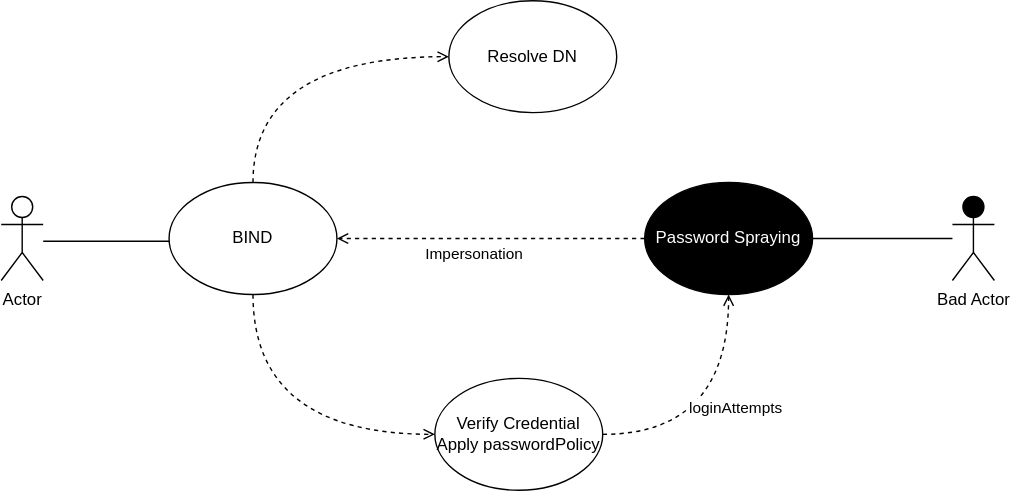
Above: images/Use-Misuse Case-Final1 -Bind.drawio.svg in bartelsjoshuac/SAPG (draw.io), before the change. Source tidied: cells renumbered, new cells last; positions are measured from the earlier drawing's top-left corner, leaving out a move shared by most shapes. Source of this version:
```xml
<mxGraphModel>
  <root>
    <mxCell id="0" />
    <mxCell id="1" parent="0" />
    <mxCell id="2" value="Actor" style="shape=umlActor;verticalLabelPosition=bottom;verticalAlign=top;html=1;fillColor=#FFFFFF;" parent="1" vertex="1">
      <mxGeometry y="140" width="30" height="60" as="geometry" />
    </mxCell>
    <mxCell id="3" style="endArrow=none;html=1;" parent="1" edge="1">
      <mxGeometry relative="1" as="geometry">
        <mxPoint x="30" y="172" as="sourcePoint" />
        <mxPoint x="120" y="172" as="targetPoint" />
      </mxGeometry>
    </mxCell>
    <mxCell id="4" style="edgeStyle=orthogonalEdgeStyle;rounded=1;jettySize=auto;html=1;entryX=0;entryY=0.5;entryDx=0;entryDy=0;dashed=1;strokeWidth=1;endFill=0;endArrow=open;curved=1;exitX=0.5;exitY=0;exitDx=0;exitDy=0;" parent="1" edge="1" source="5" target="8">
      <mxGeometry relative="1" as="geometry" />
    </mxCell>
    <mxCell id="5" value="BIND" style="ellipse;whiteSpace=wrap;html=1;fillColor=#FFFFFF;" parent="1" vertex="1">
      <mxGeometry x="120" y="130" width="120" height="80" as="geometry" />
    </mxCell>
    <mxCell id="6" value="Verify Credential&lt;br&gt;Apply passwordPolicy" style="ellipse;whiteSpace=wrap;html=1;fillColor=#FFFFFF;" parent="1" vertex="1">
      <mxGeometry x="310" y="270" width="120" height="80" as="geometry" />
    </mxCell>
    <mxCell id="7" style="endArrow=open;dashed=1;html=1;entryX=0;entryY=0.5;entryDx=0;entryDy=0;edgeStyle=orthogonalEdgeStyle;curved=1;endFill=0;strokeWidth=1;exitX=0.5;exitY=1;exitDx=0;exitDy=0;" parent="1" edge="1" source="5" target="6">
      <mxGeometry relative="1" as="geometry" />
    </mxCell>
    <mxCell id="8" value="Resolve DN" style="ellipse;whiteSpace=wrap;html=1;" parent="1" vertex="1">
      <mxGeometry x="320" width="120" height="80" as="geometry" />
    </mxCell>
    <mxCell id="9" style="edgeStyle=orthogonalEdgeStyle;rounded=0;jettySize=auto;html=1;entryX=1;entryY=0.5;entryDx=0;entryDy=0;endArrow=none;endFill=0;" parent="1" edge="1" source="10">
      <mxGeometry relative="1" as="geometry">
        <mxPoint x="580" y="170" as="targetPoint" />
      </mxGeometry>
    </mxCell>
    <mxCell id="10" value="Bad Actor" style="shape=umlActor;verticalLabelPosition=bottom;verticalAlign=top;html=1;outlineConnect=0;fillColor=#000000;" parent="1" vertex="1">
      <mxGeometry x="680" y="140" width="30" height="60" as="geometry" />
    </mxCell>
    <mxCell id="11" style="edgeStyle=orthogonalEdgeStyle;curved=1;rounded=0;jettySize=auto;html=1;entryX=1;entryY=0.5;entryDx=0;entryDy=0;dashed=1;endArrow=open;endFill=0;strokeWidth=1;" parent="1" edge="1" source="13">
      <mxGeometry relative="1" as="geometry">
        <mxPoint x="240" y="170" as="targetPoint" />
      </mxGeometry>
    </mxCell>
    <mxCell id="12" value="Impersonation&lt;br&gt;" style="edgeLabel;html=1;align=center;verticalAlign=middle;" parent="11" vertex="1">
      <mxGeometry x="0.11" y="1" relative="1" as="geometry">
        <mxPoint y="9" as="offset" />
      </mxGeometry>
    </mxCell>
    <mxCell id="13" value="Password Spraying" style="ellipse;whiteSpace=wrap;html=1;fillColor=#000000;fontColor=#FFFFFF;" parent="1" vertex="1">
      <mxGeometry x="460" y="130" width="120" height="80" as="geometry" />
    </mxCell>
    <mxCell id="14" style="edgeStyle=orthogonalEdgeStyle;curved=1;rounded=0;jettySize=auto;html=1;dashed=1;endArrow=open;endFill=0;strokeWidth=1;exitX=1;exitY=0.5;exitDx=0;exitDy=0;entryX=0.5;entryY=1;entryDx=0;entryDy=0;" parent="1" edge="1" source="6" target="13">
      <mxGeometry relative="1" as="geometry" />
    </mxCell>
    <mxCell id="15" value="loginAttempts" style="edgeLabel;html=1;align=center;verticalAlign=middle;" parent="14" vertex="1">
      <mxGeometry x="-0.23" y="23" relative="1" as="geometry">
        <mxPoint x="21" y="3" as="offset" />
      </mxGeometry>
    </mxCell>
  </root>
</mxGraphModel>
```
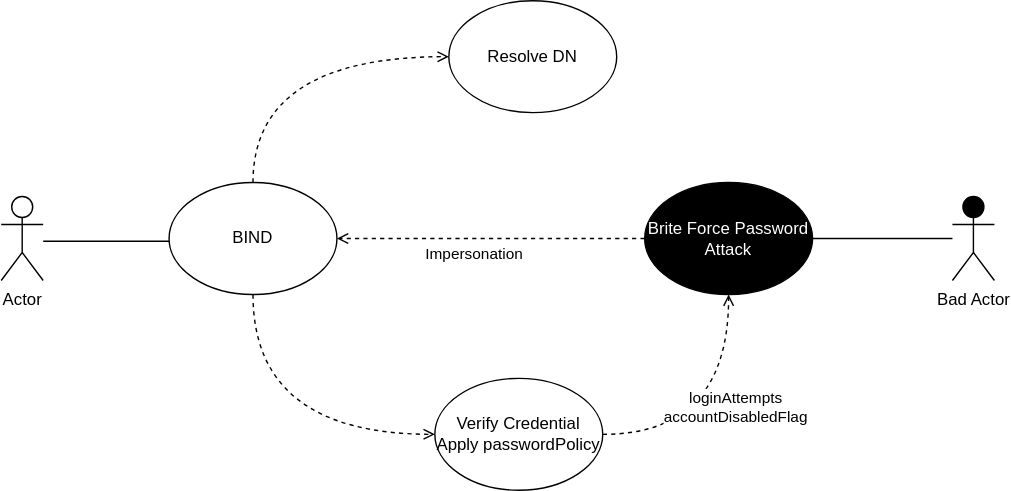
The same file after the commit.

What changed in the source:
```diff
@@ -44,13 +44,13 @@
         <mxPoint y="9" as="offset" />
       </mxGeometry>
     </mxCell>
-    <mxCell id="13" value="Password Spraying" style="ellipse;whiteSpace=wrap;html=1;fillColor=#000000;fontColor=#FFFFFF;" parent="1" vertex="1">
+    <mxCell id="13" value="Brite Force Password Attack" style="ellipse;whiteSpace=wrap;html=1;fillColor=#000000;fontColor=#FFFFFF;" parent="1" vertex="1">
       <mxGeometry x="460" y="130" width="120" height="80" as="geometry" />
     </mxCell>
     <mxCell id="14" style="edgeStyle=orthogonalEdgeStyle;curved=1;rounded=0;jettySize=auto;html=1;dashed=1;endArrow=open;endFill=0;strokeWidth=1;exitX=1;exitY=0.5;exitDx=0;exitDy=0;entryX=0.5;entryY=1;entryDx=0;entryDy=0;" parent="1" edge="1" source="6" target="13">
       <mxGeometry relative="1" as="geometry" />
     </mxCell>
-    <mxCell id="15" value="loginAttempts" style="edgeLabel;html=1;align=center;verticalAlign=middle;" parent="14" vertex="1">
+    <mxCell id="15" value="loginAttempts&lt;br&gt;accountDisabledFlag" style="edgeLabel;html=1;align=center;verticalAlign=middle;" parent="14" vertex="1">
       <mxGeometry x="-0.23" y="23" relative="1" as="geometry">
         <mxPoint x="21" y="3" as="offset" />
       </mxGeometry>
```
